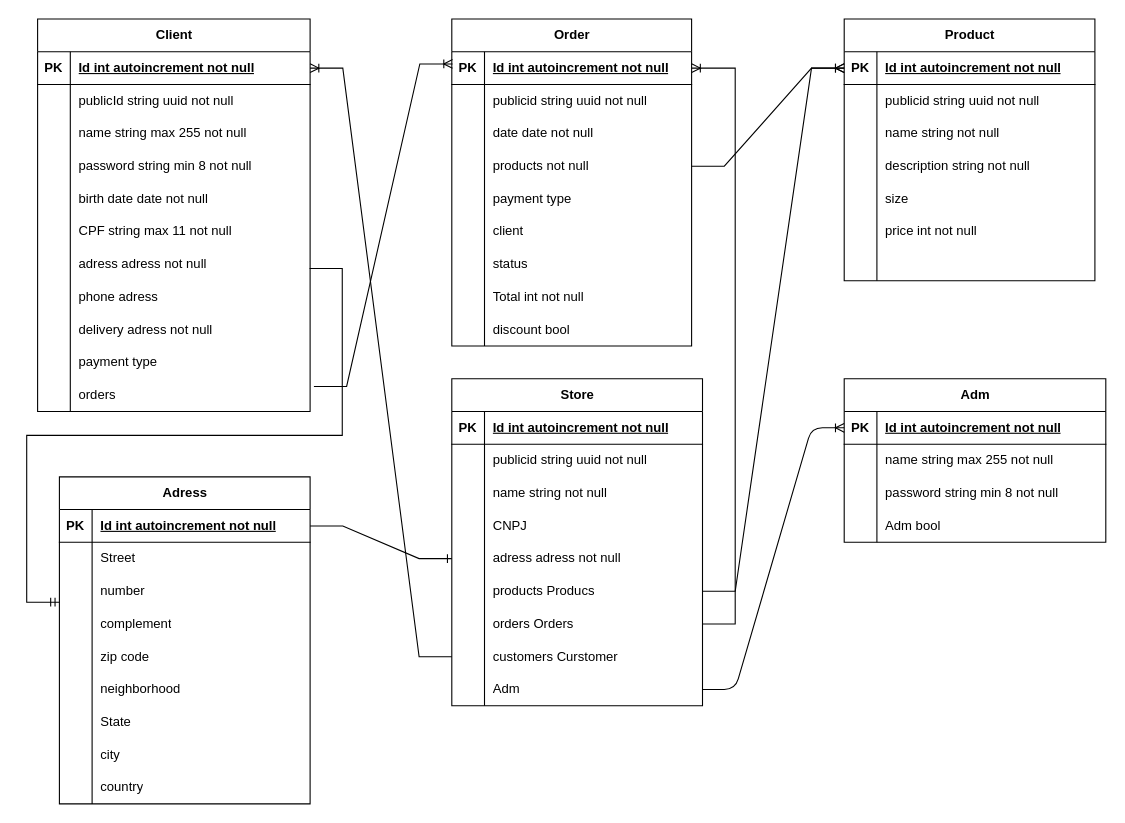
Above: Ecommerce.drawio in dkrausz/loja-roupas (draw.io), before the change. Source tidied: cells renumbered, new cells numbered last; positions are measured from the earlier drawing's top-left corner, leaving out a move shared by most shapes. Both pictures are drawn from the tidied source at 109%, with x=0, y=0 at pixel (37, 19).
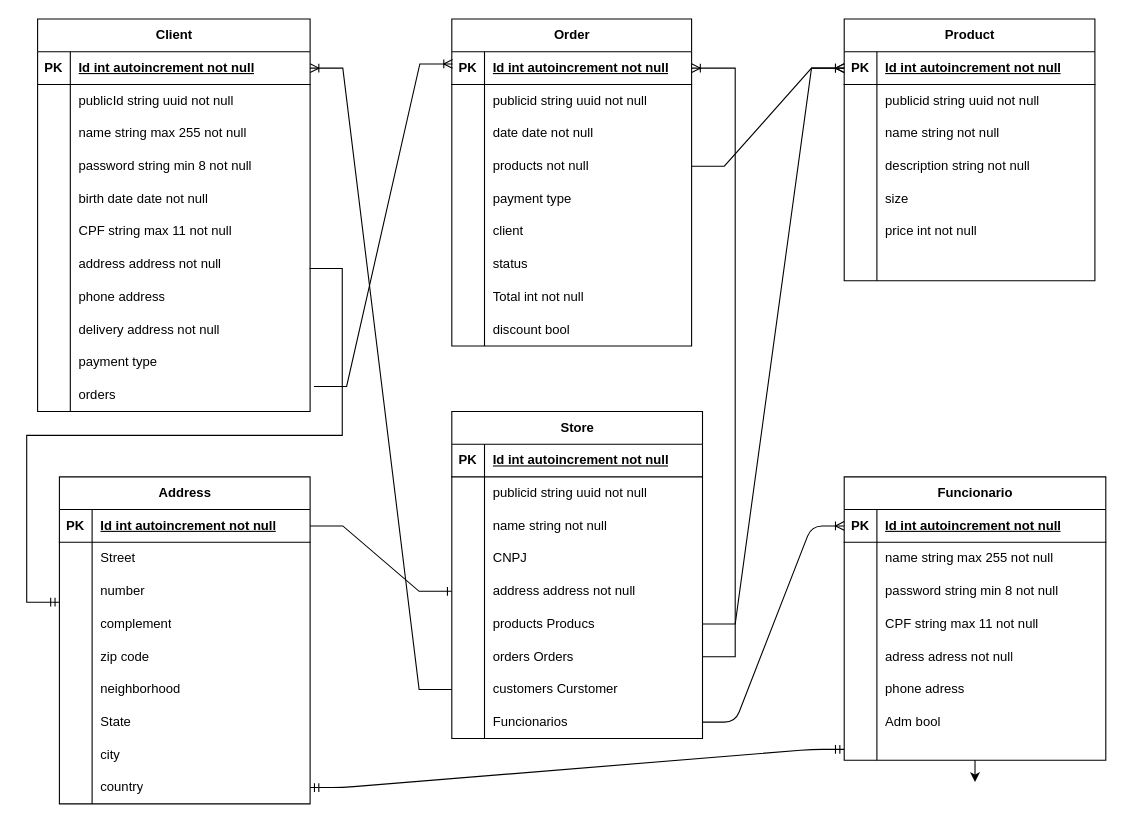
The same page after the edit.

The change refers to these unchanged cells:
```xml
<mxCell id="21" style="shape=tableRow;horizontal=0;startSize=0;swimlaneHead=0;swimlaneBody=0;fillColor=none;points=[[0,0.5],[1,0.5]];portConstraint=eastwest;top=0;left=0;right=0;bottom=0;" parent="2" vertex="1">
  <mxGeometry y="210" width="250" height="30" as="geometry" />
</mxCell>
<mxCell id="24" style="shape=tableRow;horizontal=0;startSize=0;swimlaneHead=0;swimlaneBody=0;fillColor=none;top=0;left=0;right=0;bottom=0;" parent="2" vertex="1">
  <mxGeometry y="240" width="250" height="30" as="geometry" />
</mxCell>
<mxCell id="27" style="shape=tableRow;horizontal=0;startSize=0;swimlaneHead=0;swimlaneBody=0;fillColor=none;top=0;left=0;right=0;bottom=0;" parent="2" vertex="1">
  <mxGeometry y="270" width="250" height="30" as="geometry" />
</mxCell>
<mxCell id="101" style="shape=tableRow;horizontal=0;startSize=0;swimlaneHead=0;swimlaneBody=0;fillColor=none;points=[[0,0.5],[1,0.5]];portConstraint=eastwest;top=0;left=0;right=0;bottom=0;" parent="88" vertex="1">
  <mxGeometry y="150" width="230" height="30" as="geometry" />
</mxCell>
<mxCell id="113" style="shape=tableRow;horizontal=0;startSize=0;swimlaneHead=0;swimlaneBody=0;fillColor=none;points=[[0,0.5],[1,0.5]];portConstraint=eastwest;top=0;left=0;right=0;bottom=0;" parent="88" vertex="1">
  <mxGeometry y="270" width="230" height="30" as="geometry" />
</mxCell>
<mxCell id="144" style="shape=tableRow;horizontal=0;startSize=0;swimlaneHead=0;swimlaneBody=0;fillColor=none;points=[[0,0.5],[1,0.5]];portConstraint=eastwest;top=0;left=0;right=0;bottom=0;" parent="119" vertex="1">
  <mxGeometry y="270" width="230" height="30" as="geometry" />
</mxCell>
<mxCell id="159" style="shape=tableRow;horizontal=0;startSize=0;swimlaneHead=0;swimlaneBody=0;fillColor=none;top=0;left=0;right=0;bottom=0;" parent="149" vertex="1">
  <mxGeometry y="120" width="240" height="30" as="geometry" />
</mxCell>
```

Diff of the diagram source:
```diff
@@
-    <mxCell id="23" value="adress adress not null" style="shape=partialRectangle;fillColor=none;top=0;left=0;bottom=0;right=0;align=left;spacingLeft=6;overflow=hidden;whiteSpace=wrap;html=1;" parent="21" vertex="1">
+    <mxCell id="23" value="address address not null" style="shape=partialRectangle;fillColor=none;top=0;left=0;bottom=0;right=0;align=left;spacingLeft=6;overflow=hidden;whiteSpace=wrap;html=1;" parent="21" vertex="1">
       <mxGeometry x="30" width="220" height="30" as="geometry" />
     </mxCell>
@@
-    <mxCell id="26" value="phone adress" style="shape=partialRectangle;fillColor=none;top=0;left=0;bottom=0;right=0;align=left;spacingLeft=6;overflow=hidden;whiteSpace=wrap;html=1;" parent="24" vertex="1">
+    <mxCell id="26" value="phone address" style="shape=partialRectangle;fillColor=none;top=0;left=0;bottom=0;right=0;align=left;spacingLeft=6;overflow=hidden;whiteSpace=wrap;html=1;" parent="24" vertex="1">
       <mxGeometry x="30" width="220" height="30" as="geometry" />
     </mxCell>
@@
-    <mxCell id="29" value="delivery adress not null" style="shape=partialRectangle;fillColor=none;top=0;left=0;bottom=0;right=0;align=left;spacingLeft=6;overflow=hidden;whiteSpace=wrap;html=1;" parent="27" vertex="1">
+    <mxCell id="29" value="delivery address not null" style="shape=partialRectangle;fillColor=none;top=0;left=0;bottom=0;right=0;align=left;spacingLeft=6;overflow=hidden;whiteSpace=wrap;html=1;" parent="27" vertex="1">
       <mxGeometry x="30" width="220" height="30" as="geometry" />
     </mxCell>
@@
     <mxCell id="88" value="Store" style="shape=table;startSize=30;childLayout=tableLayout;rowLines=0;fontStyle=1;align=center;html=1;" parent="1" vertex="1">
-      <mxGeometry x="380" y="330" width="230" height="300" as="geometry" />
+      <mxGeometry x="380" y="360" width="230" height="300" as="geometry" />
     </mxCell>
@@
-    <mxCell id="103" value="adress adress not null" style="shape=partialRectangle;fillColor=none;top=0;left=0;bottom=0;right=0;align=left;spacingLeft=6;overflow=hidden;whiteSpace=wrap;html=1;" parent="101" vertex="1">
+    <mxCell id="103" value="address address not null" style="shape=partialRectangle;fillColor=none;top=0;left=0;bottom=0;right=0;align=left;spacingLeft=6;overflow=hidden;whiteSpace=wrap;html=1;" parent="101" vertex="1">
       <mxGeometry x="30" width="200" height="30" as="geometry" />
     </mxCell>
@@
-    <mxCell id="115" value="Adm" style="shape=partialRectangle;fillColor=none;top=0;left=0;bottom=0;right=0;align=left;spacingLeft=6;overflow=hidden;whiteSpace=wrap;html=1;" parent="113" vertex="1">
+    <mxCell id="115" value="Funcionarios" style="shape=partialRectangle;fillColor=none;top=0;left=0;bottom=0;right=0;align=left;spacingLeft=6;overflow=hidden;whiteSpace=wrap;html=1;" parent="113" vertex="1">
       <mxGeometry x="30" width="200" height="30" as="geometry" />
     </mxCell>
@@
-    <mxCell id="119" value="Adress" style="shape=table;startSize=30;childLayout=tableLayout;rowLines=0;fontStyle=1;align=center;html=1;" parent="1" vertex="1">
+    <mxCell id="119" value="Address" style="shape=table;startSize=30;childLayout=tableLayout;rowLines=0;fontStyle=1;align=center;html=1;" parent="1" vertex="1">
       <mxGeometry x="20" y="420" width="230" height="300" as="geometry" />
     </mxCell>
@@
+    <mxCell id="163" style="edgeStyle=none;html=1;" parent="1" edge="1" source="149">
+      <mxGeometry relative="1" as="geometry">
+        <mxPoint x="860" y="700" as="targetPoint" />
+      </mxGeometry>
+    </mxCell>
-    <mxCell id="149" value="Adm" style="shape=table;startSize=30;childLayout=tableLayout;rowLines=0;fontStyle=1;align=center;html=1;" parent="1" vertex="1">
-      <mxGeometry x="740" y="330" width="240" height="150" as="geometry" />
+    <mxCell id="149" value="Funcionario" style="shape=table;startSize=30;childLayout=tableLayout;rowLines=0;fontStyle=1;align=center;html=1;" parent="1" vertex="1">
+      <mxGeometry x="740" y="420" width="240" height="260" as="geometry" />
     </mxCell>
@@
-    <mxCell id="161" value="Adm bool" style="shape=partialRectangle;fillColor=none;top=0;left=0;bottom=0;right=0;align=left;spacingLeft=6;overflow=hidden;whiteSpace=wrap;html=1;" parent="159" vertex="1">
+    <mxCell id="161" value="CPF string max 11 not null" style="shape=partialRectangle;fillColor=none;top=0;left=0;bottom=0;right=0;align=left;spacingLeft=6;overflow=hidden;whiteSpace=wrap;html=1;" parent="159" vertex="1">
       <mxGeometry x="30" width="210" height="30" as="geometry" />
     </mxCell>
+    <mxCell id="164" style="shape=tableRow;horizontal=0;startSize=0;swimlaneHead=0;swimlaneBody=0;fillColor=none;top=0;left=0;right=0;bottom=0;" parent="149" vertex="1">
+      <mxGeometry y="150" width="240" height="30" as="geometry" />
+    </mxCell>
+    <mxCell id="165" style="shape=partialRectangle;fillColor=none;top=0;left=0;bottom=0;right=0;overflow=hidden;whiteSpace=wrap;html=1;" parent="164" vertex="1">
+      <mxGeometry width="30" height="30" as="geometry" />
+    </mxCell>
+    <mxCell id="166" value="adress adress not null" style="shape=partialRectangle;fillColor=none;top=0;left=0;bottom=0;right=0;align=left;spacingLeft=6;overflow=hidden;whiteSpace=wrap;html=1;" parent="164" vertex="1">
+      <mxGeometry x="30" width="210" height="30" as="geometry" />
+    </mxCell>
+    <mxCell id="167" style="shape=tableRow;horizontal=0;startSize=0;swimlaneHead=0;swimlaneBody=0;fillColor=none;top=0;left=0;right=0;bottom=0;" parent="149" vertex="1">
+      <mxGeometry y="180" width="240" height="30" as="geometry" />
+    </mxCell>
+    <mxCell id="168" style="shape=partialRectangle;fillColor=none;top=0;left=0;bottom=0;right=0;overflow=hidden;whiteSpace=wrap;html=1;" parent="167" vertex="1">
+      <mxGeometry width="30" height="30" as="geometry" />
+    </mxCell>
+    <mxCell id="169" value="phone adress" style="shape=partialRectangle;fillColor=none;top=0;left=0;bottom=0;right=0;align=left;spacingLeft=6;overflow=hidden;whiteSpace=wrap;html=1;" parent="167" vertex="1">
+      <mxGeometry x="30" width="210" height="30" as="geometry" />
+    </mxCell>
+    <mxCell id="170" style="shape=tableRow;horizontal=0;startSize=0;swimlaneHead=0;swimlaneBody=0;fillColor=none;top=0;left=0;right=0;bottom=0;" parent="149" vertex="1">
+      <mxGeometry y="210" width="240" height="30" as="geometry" />
+    </mxCell>
+    <mxCell id="171" style="shape=partialRectangle;fillColor=none;top=0;left=0;bottom=0;right=0;overflow=hidden;whiteSpace=wrap;html=1;" parent="170" vertex="1">
+      <mxGeometry width="30" height="30" as="geometry" />
+    </mxCell>
+    <mxCell id="172" value="Adm bool" style="shape=partialRectangle;fillColor=none;top=0;left=0;bottom=0;right=0;align=left;spacingLeft=6;overflow=hidden;whiteSpace=wrap;html=1;" parent="170" vertex="1">
+      <mxGeometry x="30" width="210" height="30" as="geometry" />
+    </mxCell>
+    <mxCell id="173" style="shape=tableRow;horizontal=0;startSize=0;swimlaneHead=0;swimlaneBody=0;fillColor=none;points=[[0,0.5],[1,0.5]];portConstraint=eastwest;top=0;left=0;right=0;bottom=0;" parent="149" vertex="1">
+      <mxGeometry y="240" width="240" height="20" as="geometry" />
+    </mxCell>
+    <mxCell id="174" style="shape=partialRectangle;fillColor=none;top=0;left=0;bottom=0;right=0;overflow=hidden;whiteSpace=wrap;html=1;" parent="173" vertex="1">
+      <mxGeometry width="30" height="20" as="geometry" />
+    </mxCell>
+    <mxCell id="175" style="shape=partialRectangle;fillColor=none;top=0;left=0;bottom=0;right=0;align=left;spacingLeft=6;overflow=hidden;whiteSpace=wrap;html=1;" parent="173" vertex="1">
+      <mxGeometry x="30" width="210" height="20" as="geometry" />
+    </mxCell>
@@
+    <mxCell id="176" style="edgeStyle=entityRelationEdgeStyle;fontSize=12;html=1;endArrow=ERmandOne;startArrow=ERmandOne;exitX=1;exitY=0.5;exitDx=0;exitDy=0;entryX=0;entryY=0.5;entryDx=0;entryDy=0;" parent="1" edge="1" source="144" target="173">
+      <mxGeometry relative="1" as="geometry" />
+    </mxCell>
```
